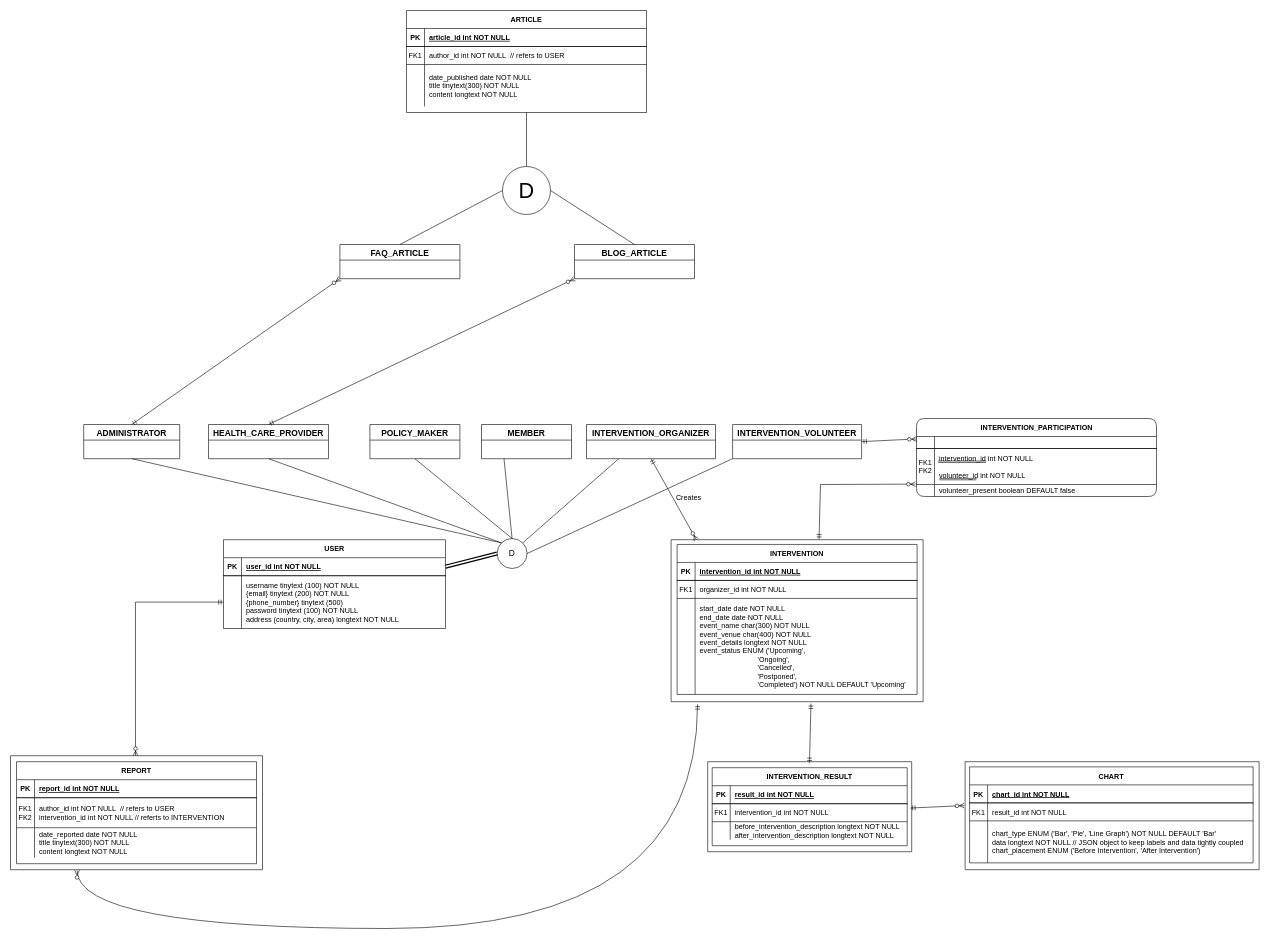
Before: EERD.drawio in BloodRiver/public-health-interventions, a draw.io diagram. Source tidied: cells renumbered, new cells numbered last; positions are measured from the earlier drawing's top-left corner, leaving out a move shared by most shapes. Both pictures are drawn from the tidied source at 60%, with x=0, y=0 at pixel (10, 10).
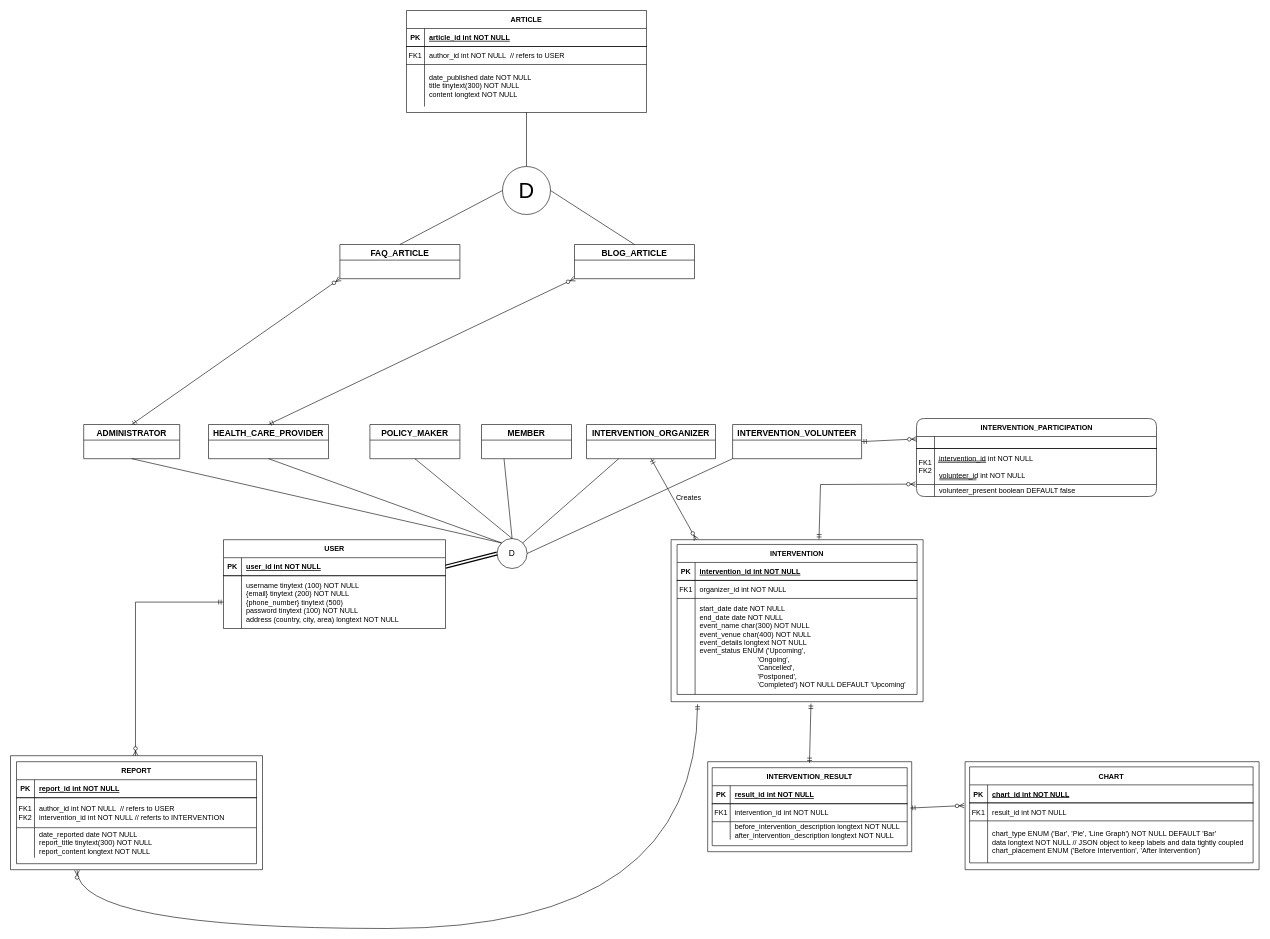
The same diagram, later.

Unchanged cells that the change refers to:
```xml
<mxCell id="83" style="shape=partialRectangle;fillColor=none;top=0;left=0;right=0;bottom=0;" parent="76" vertex="1">
  <mxGeometry y="110" width="400" height="50" as="geometry" />
</mxCell>
```

What changed in the source:
```diff
@@
-    <mxCell id="85" value="date_reported date NOT NULL&#10;title tinytext(300) NOT NULL&#10;content longtext NOT NULL" style="shape=partialRectangle;overflow=hidden;fillColor=none;top=0;left=0;bottom=0;right=0;align=left;spacingLeft=6;" parent="83" vertex="1">
+    <mxCell id="85" value="date_reported date NOT NULL&#10;report_title tinytext(300) NOT NULL&#10;report_content longtext NOT NULL" style="shape=partialRectangle;overflow=hidden;fillColor=none;top=0;left=0;bottom=0;right=0;align=left;spacingLeft=6;" parent="83" vertex="1">
       <mxGeometry x="30" width="370" height="50" as="geometry" />
     </mxCell>
```
